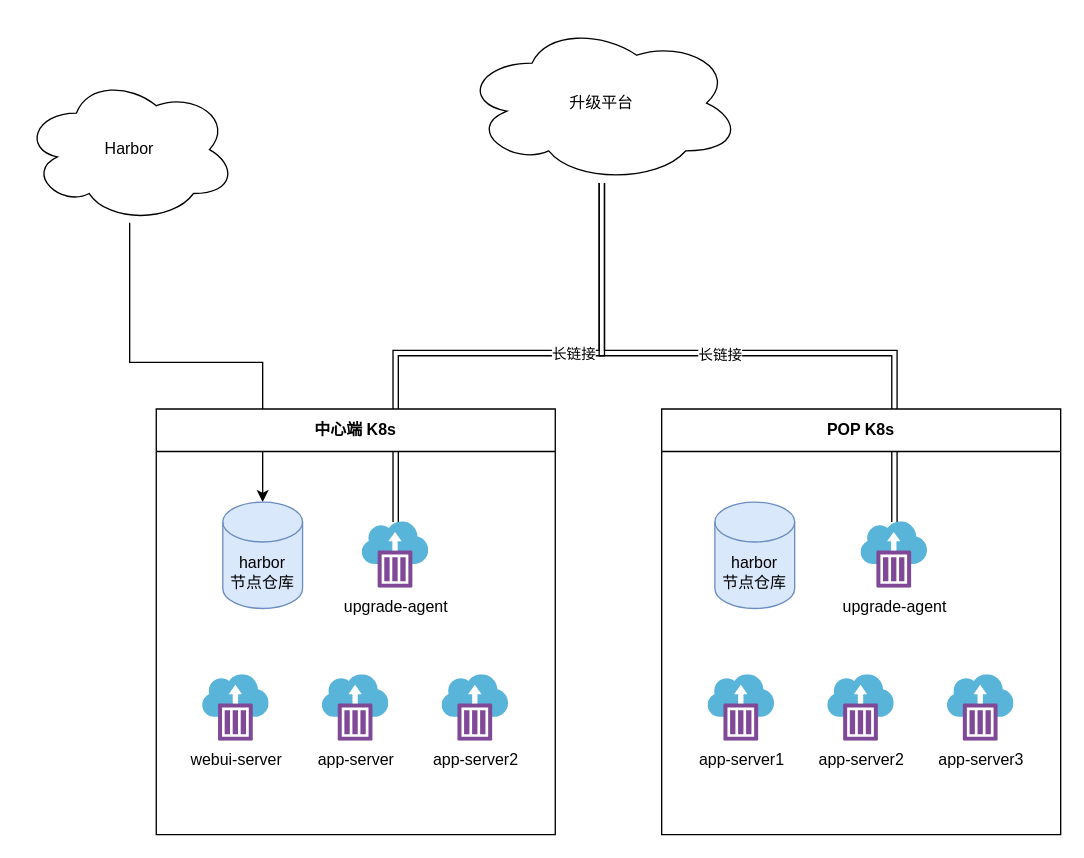
Earlier version of the draw.io diagram page "架构图" (1 of 10) of devops/upgrade.drawio (zhuoooo/doodles). Source tidied: cells renumbered, new cells numbered last; positions are measured from the earlier drawing's top-left corner, leaving out a move shared by most shapes. Both pictures are drawn from the tidied source at 133%, with x=0, y=0 at pixel (23, 23).
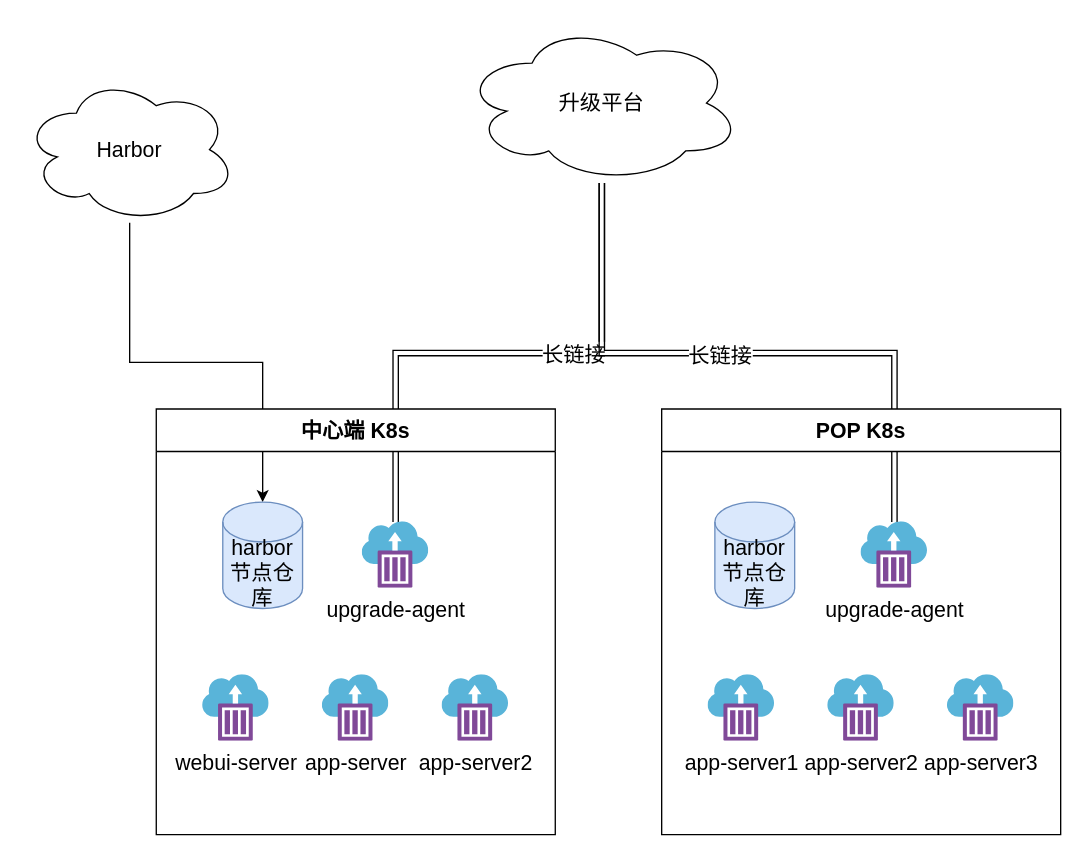
The same page after the edit.

Change to the diagram source:
```diff
@@
-    <mxCell id="2" style="edgeStyle=orthogonalEdgeStyle;rounded=0;jettySize=auto;html=1;" parent="1" edge="1" source="20" target="12">
+    <mxCell id="2" style="edgeStyle=orthogonalEdgeStyle;rounded=0;jettySize=auto;html=1;fontSize=16;" parent="1" edge="1" source="20" target="12">
       <mxGeometry relative="1" as="geometry" />
     </mxCell>
-    <mxCell id="3" style="edgeStyle=elbowEdgeStyle;rounded=0;jettySize=auto;html=1;shape=link;elbow=vertical;" parent="1" edge="1" source="8" target="19">
+    <mxCell id="3" style="edgeStyle=elbowEdgeStyle;rounded=0;jettySize=auto;html=1;shape=link;elbow=vertical;fontSize=16;" parent="1" edge="1" source="8" target="19">
       <mxGeometry relative="1" as="geometry" />
     </mxCell>
-    <mxCell id="4" value="长链接" style="edgeLabel;html=1;align=center;verticalAlign=middle;" parent="3" vertex="1">
+    <mxCell id="4" value="长链接" style="edgeLabel;html=1;align=center;verticalAlign=middle;fontSize=16;" parent="3" vertex="1">
       <mxGeometry x="0.27" relative="1" as="geometry" />
     </mxCell>
-    <mxCell id="5" style="rounded=0;jettySize=auto;html=1;shape=link;edgeStyle=elbowEdgeStyle;elbow=vertical;" parent="1" edge="1" source="14" target="19">
+    <mxCell id="5" style="rounded=0;jettySize=auto;html=1;shape=link;edgeStyle=elbowEdgeStyle;elbow=vertical;fontSize=16;" parent="1" edge="1" source="14" target="19">
       <mxGeometry relative="1" as="geometry" />
     </mxCell>
-    <mxCell id="6" value="长链接" style="edgeLabel;html=1;align=center;verticalAlign=middle;" parent="5" vertex="1">
+    <mxCell id="6" value="长链接" style="edgeLabel;html=1;align=center;verticalAlign=middle;fontSize=16;" parent="5" vertex="1">
       <mxGeometry x="0.09" y="1" relative="1" as="geometry" />
     </mxCell>
-    <mxCell id="7" value="中心端 K8s" style="swimlane;whiteSpace=wrap;html=1;startSize=32;" parent="1" vertex="1">
+    <mxCell id="7" value="中心端 K8s" style="swimlane;whiteSpace=wrap;html=1;startSize=32;fontSize=16;" parent="1" vertex="1">
       <mxGeometry x="100" y="290" width="300" height="320" as="geometry" />
     </mxCell>
-    <mxCell id="8" value="upgrade-agent" style="image;sketch=0;html=1;points=[];align=center;fontSize=12;image=img/lib/mscae/Container_Instances.svg;" parent="7" vertex="1">
+    <mxCell id="8" value="upgrade-agent" style="image;sketch=0;html=1;points=[];align=center;fontSize=16;image=img/lib/mscae/Container_Instances.svg;" parent="7" vertex="1">
       <mxGeometry x="155" y="85" width="50" height="50" as="geometry" />
     </mxCell>
-    <mxCell id="9" value="webui-server" style="image;sketch=0;html=1;align=center;fontSize=12;image=img/lib/mscae/Container_Instances.svg;" parent="7" vertex="1">
+    <mxCell id="9" value="webui-server" style="image;sketch=0;html=1;align=center;fontSize=16;image=img/lib/mscae/Container_Instances.svg;" parent="7" vertex="1">
       <mxGeometry x="35" y="200" width="50" height="50" as="geometry" />
     </mxCell>
-    <mxCell id="10" value="app-server" style="image;sketch=0;html=1;align=center;fontSize=12;image=img/lib/mscae/Container_Instances.svg;" parent="7" vertex="1">
+    <mxCell id="10" value="app-server" style="image;sketch=0;html=1;align=center;fontSize=16;image=img/lib/mscae/Container_Instances.svg;" parent="7" vertex="1">
       <mxGeometry x="125" y="200" width="50" height="50" as="geometry" />
     </mxCell>
-    <mxCell id="11" value="app-server2" style="image;sketch=0;html=1;align=center;fontSize=12;image=img/lib/mscae/Container_Instances.svg;" parent="7" vertex="1">
+    <mxCell id="11" value="app-server2" style="image;sketch=0;html=1;align=center;fontSize=16;image=img/lib/mscae/Container_Instances.svg;" parent="7" vertex="1">
       <mxGeometry x="215" y="200" width="50" height="50" as="geometry" />
     </mxCell>
-    <mxCell id="12" value="harbor&lt;br&gt;节点仓库" style="shape=cylinder3;whiteSpace=wrap;html=1;boundedLbl=1;backgroundOutline=1;size=15;fillColor=#dae8fc;strokeColor=#6c8ebf;" parent="7" vertex="1">
+    <mxCell id="12" value="harbor&lt;br style=&quot;font-size: 16px;&quot;&gt;节点仓库" style="shape=cylinder3;whiteSpace=wrap;html=1;boundedLbl=1;backgroundOutline=1;size=15;fillColor=#dae8fc;strokeColor=#6c8ebf;fontSize=16;" parent="7" vertex="1">
       <mxGeometry x="50" y="70" width="60" height="80" as="geometry" />
     </mxCell>
-    <mxCell id="13" value="POP K8s" style="swimlane;whiteSpace=wrap;html=1;startSize=32;" parent="1" vertex="1">
+    <mxCell id="13" value="POP K8s" style="swimlane;whiteSpace=wrap;html=1;startSize=32;fontSize=16;" parent="1" vertex="1">
       <mxGeometry x="480" y="290" width="300" height="320" as="geometry" />
     </mxCell>
-    <mxCell id="14" value="upgrade-agent" style="image;sketch=0;html=1;points=[];align=center;fontSize=12;image=img/lib/mscae/Container_Instances.svg;" parent="13" vertex="1">
+    <mxCell id="14" value="upgrade-agent" style="image;sketch=0;html=1;points=[];align=center;fontSize=16;image=img/lib/mscae/Container_Instances.svg;" parent="13" vertex="1">
       <mxGeometry x="150" y="85" width="50" height="50" as="geometry" />
     </mxCell>
-    <mxCell id="15" value="app-server1" style="image;sketch=0;html=1;align=center;fontSize=12;image=img/lib/mscae/Container_Instances.svg;" parent="13" vertex="1">
+    <mxCell id="15" value="app-server1" style="image;sketch=0;html=1;align=center;fontSize=16;image=img/lib/mscae/Container_Instances.svg;" parent="13" vertex="1">
       <mxGeometry x="35" y="200" width="50" height="50" as="geometry" />
     </mxCell>
-    <mxCell id="16" value="app-server2" style="image;sketch=0;html=1;align=center;fontSize=12;image=img/lib/mscae/Container_Instances.svg;" parent="13" vertex="1">
+    <mxCell id="16" value="app-server2" style="image;sketch=0;html=1;align=center;fontSize=16;image=img/lib/mscae/Container_Instances.svg;" parent="13" vertex="1">
       <mxGeometry x="125" y="200" width="50" height="50" as="geometry" />
     </mxCell>
-    <mxCell id="17" value="app-server3" style="image;sketch=0;html=1;align=center;fontSize=12;image=img/lib/mscae/Container_Instances.svg;" parent="13" vertex="1">
+    <mxCell id="17" value="app-server3" style="image;sketch=0;html=1;align=center;fontSize=16;image=img/lib/mscae/Container_Instances.svg;" parent="13" vertex="1">
       <mxGeometry x="215" y="200" width="50" height="50" as="geometry" />
     </mxCell>
-    <mxCell id="18" value="harbor&lt;br&gt;节点仓库" style="shape=cylinder3;whiteSpace=wrap;html=1;boundedLbl=1;backgroundOutline=1;size=15;fillColor=#dae8fc;strokeColor=#6c8ebf;" parent="13" vertex="1">
+    <mxCell id="18" value="harbor&lt;br style=&quot;font-size: 16px;&quot;&gt;节点仓库" style="shape=cylinder3;whiteSpace=wrap;html=1;boundedLbl=1;backgroundOutline=1;size=15;fillColor=#dae8fc;strokeColor=#6c8ebf;fontSize=16;" parent="13" vertex="1">
       <mxGeometry x="40" y="70" width="60" height="80" as="geometry" />
     </mxCell>
-    <mxCell id="19" value="升级平台" style="ellipse;shape=cloud;whiteSpace=wrap;html=1;" parent="1" vertex="1">
+    <mxCell id="19" value="升级平台" style="ellipse;shape=cloud;whiteSpace=wrap;html=1;fontSize=16;" parent="1" vertex="1">
       <mxGeometry x="330" width="210" height="120" as="geometry" />
     </mxCell>
-    <mxCell id="20" value="Harbor" style="ellipse;shape=cloud;whiteSpace=wrap;html=1;" parent="1" vertex="1">
+    <mxCell id="20" value="Harbor" style="ellipse;shape=cloud;whiteSpace=wrap;html=1;fontSize=16;" parent="1" vertex="1">
       <mxGeometry y="40" width="160" height="110" as="geometry" />
     </mxCell>
```
